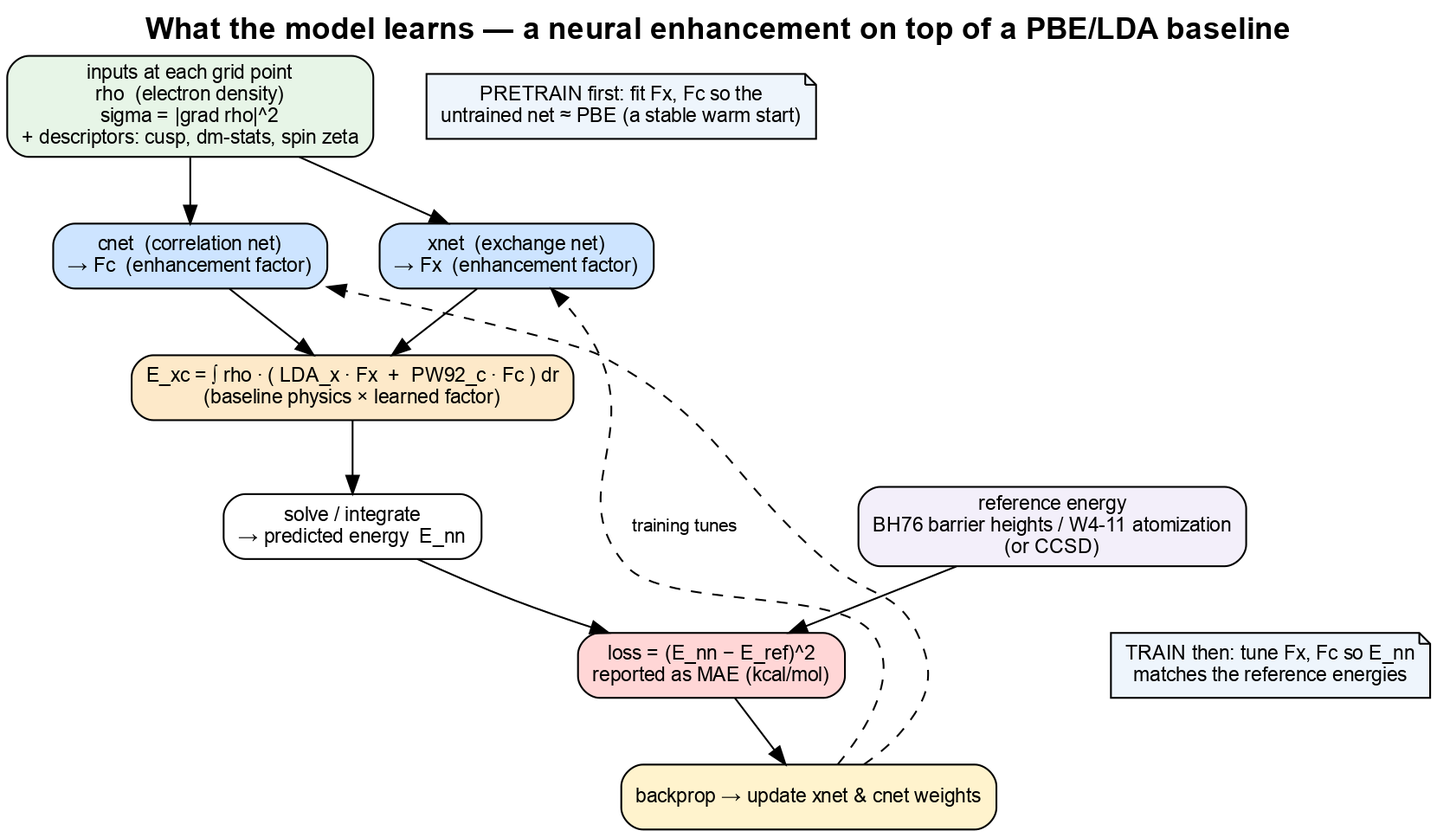
alecpwills/xcquinox keeps this Graphviz diagram as docs/architecture/diagrams/concept_functional.png. Above is the earlier version. Its source is kept beside it as docs/architecture/diagrams/concept_functional.dot. Its diagram source:
```dot
digraph concept_functional {
  label="What the model learns — a neural enhancement on top of a PBE/LDA baseline";
  labelloc=t; fontsize=17; fontname="Helvetica-Bold";
  rankdir=TB; nodesep=0.4; ranksep=0.5;
  node [fontname="Helvetica", fontsize=11, shape=box, style="rounded,filled", fillcolor="#ffffff"];
  edge [fontname="Helvetica", fontsize=10];

  inp [fillcolor="#e7f5e7",
       label="inputs at each grid point\nrho  (electron density)\nsigma = |grad rho|^2\n+ descriptors: cusp, dm-stats, spin zeta"];
  xnet [fillcolor="#cde4ff", label="xnet  (exchange net)\n→ Fx  (enhancement factor)"];
  cnet [fillcolor="#cde4ff", label="cnet  (correlation net)\n→ Fc  (enhancement factor)"];
  exc  [fillcolor="#fde9c9",
        label="E_xc = ∫ rho · ( LDA_x · Fx  +  PW92_c · Fc ) dr\n(baseline physics × learned factor)"];
  scf  [label="solve / integrate\n→ predicted energy  E_nn"];
  ref  [fillcolor="#f3effa",
        label="reference energy\nBH76 barrier heights / W4-11 atomization\n(or CCSD)"];
  loss [fillcolor="#ffd6d6", label="loss = (E_nn − E_ref)^2\nreported as MAE (kcal/mol)"];
  bp   [fillcolor="#fff3cd", label="backprop → update xnet & cnet weights"];

  inp -> xnet -> exc;
  inp -> cnet -> exc;
  exc -> scf -> loss;
  ref -> loss;
  loss -> bp;
  bp -> xnet [label=" training tunes", style=dashed, constraint=false];
  bp -> cnet [style=dashed, constraint=false];

  note_pre [shape=note, fillcolor="#eef5fc",
            label="PRETRAIN first: fit Fx, Fc so the\nuntrained net ≈ PBE (a stable warm start)"];
  note_tr  [shape=note, fillcolor="#eef5fc",
            label="TRAIN then: tune Fx, Fc so E_nn\nmatches the reference energies"];
  note_pre -> xnet [style=invis];
  note_tr -> bp [style=invis];
}
```
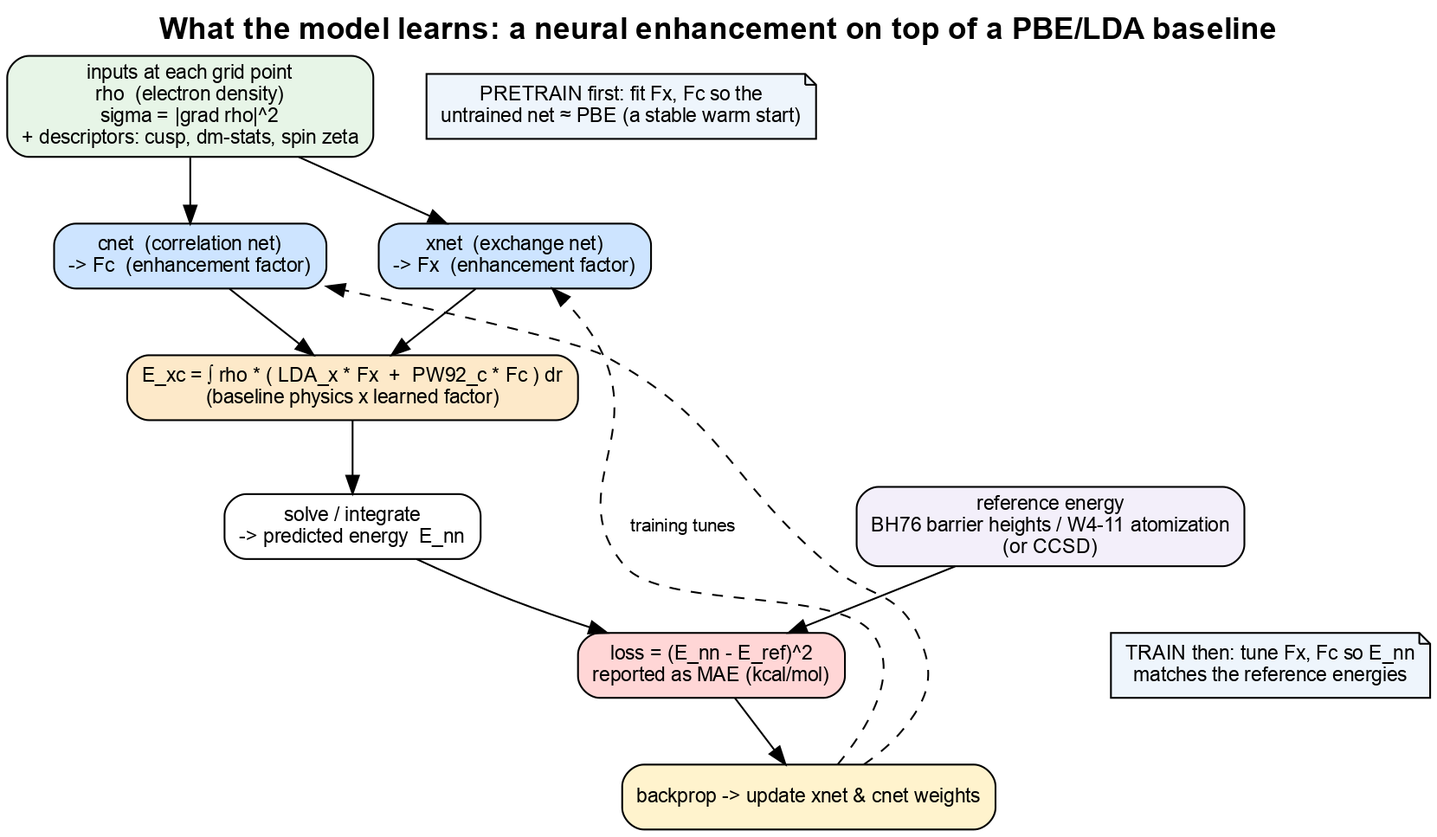
The same file after the commit.

What changed in the source:
```diff
@@ -1,5 +1,5 @@
 digraph concept_functional {
-  label="What the model learns — a neural enhancement on top of a PBE/LDA baseline";
+  label="What the model learns: a neural enhancement on top of a PBE/LDA baseline";
   labelloc=t; fontsize=17; fontname="Helvetica-Bold";
   rankdir=TB; nodesep=0.4; ranksep=0.5;
   node [fontname="Helvetica", fontsize=11, shape=box, style="rounded,filled", fillcolor="#ffffff"];
@@ -7,15 +7,15 @@
 
   inp [fillcolor="#e7f5e7",
        label="inputs at each grid point\nrho  (electron density)\nsigma = |grad rho|^2\n+ descriptors: cusp, dm-stats, spin zeta"];
-  xnet [fillcolor="#cde4ff", label="xnet  (exchange net)\n→ Fx  (enhancement factor)"];
-  cnet [fillcolor="#cde4ff", label="cnet  (correlation net)\n→ Fc  (enhancement factor)"];
+  xnet [fillcolor="#cde4ff", label="xnet  (exchange net)\n-> Fx  (enhancement factor)"];
+  cnet [fillcolor="#cde4ff", label="cnet  (correlation net)\n-> Fc  (enhancement factor)"];
   exc  [fillcolor="#fde9c9",
-        label="E_xc = ∫ rho · ( LDA_x · Fx  +  PW92_c · Fc ) dr\n(baseline physics × learned factor)"];
-  scf  [label="solve / integrate\n→ predicted energy  E_nn"];
+        label="E_xc = ∫ rho * ( LDA_x * Fx  +  PW92_c * Fc ) dr\n(baseline physics x learned factor)"];
+  scf  [label="solve / integrate\n-> predicted energy  E_nn"];
   ref  [fillcolor="#f3effa",
         label="reference energy\nBH76 barrier heights / W4-11 atomization\n(or CCSD)"];
-  loss [fillcolor="#ffd6d6", label="loss = (E_nn − E_ref)^2\nreported as MAE (kcal/mol)"];
-  bp   [fillcolor="#fff3cd", label="backprop → update xnet & cnet weights"];
+  loss [fillcolor="#ffd6d6", label="loss = (E_nn - E_ref)^2\nreported as MAE (kcal/mol)"];
+  bp   [fillcolor="#fff3cd", label="backprop -> update xnet & cnet weights"];
 
   inp -> xnet -> exc;
   inp -> cnet -> exc;
```
